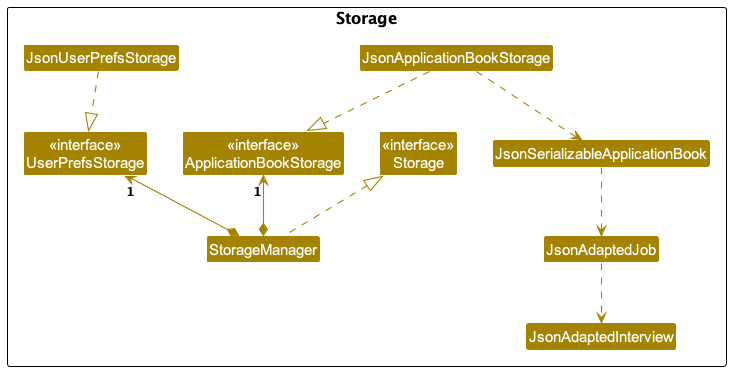
This is docs/images/developer-guide/StorageClassDiagram.png from nus-cs2103-AY2324S1/tp, a PlantUML export, as it was before one commit. Source of this version:
```plantuml
@startuml
!include style.puml
skinparam arrowThickness 1.1
skinparam arrowColor STORAGE_COLOR
skinparam classBackgroundColor STORAGE_COLOR

package Storage as StoragePackage {

Class "<<interface>>\nApplicationBookStorage" as ApplicationBookStorage
Class "<<interface>>\nStorage" as Storage
Class "<<interface>>\nUserPrefsStorage" as UserPrefsStorage
Class JsonAdaptedInterview
Class JsonAdaptedJob
Class JsonSerializableApplicationBook
Class JsonApplicationBookStorage
Class JsonUserPrefsStorage
Class StorageManager

StorageManager .up.|> Storage
StorageManager *-up-> "1" ApplicationBookStorage
StorageManager *-up-> "1" UserPrefsStorage

JsonUserPrefsStorage .down.|> UserPrefsStorage

JsonApplicationBookStorage ..|> ApplicationBookStorage
JsonApplicationBookStorage ..> JsonSerializableApplicationBook

JsonSerializableApplicationBook ..> JsonAdaptedJob
JsonAdaptedJob ..> JsonAdaptedInterview

}


@enduml
```
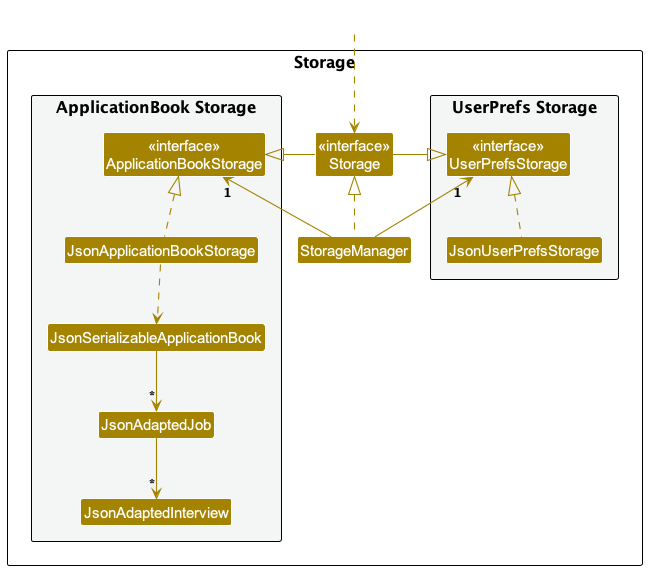
The same diagram one commit later.

What changed in the source:
```diff
@@ -6,29 +6,36 @@
 
 package Storage as StoragePackage {
 
-Class "<<interface>>\nApplicationBookStorage" as ApplicationBookStorage
+package "UserPrefs Storage" #F4F6F6 {
+    Class "<<interface>>\nUserPrefsStorage" as UserPrefsStorage
+    Class JsonUserPrefsStorage
+}
+
+package "ApplicationBook Storage" #F4F6F6 {
+    Class "<<interface>>\nApplicationBookStorage" as ApplicationBookStorage
+    Class JsonAdaptedInterview
+    Class JsonAdaptedJob
+    Class JsonSerializableApplicationBook
+    Class JsonApplicationBookStorage
+}
+
 Class "<<interface>>\nStorage" as Storage
-Class "<<interface>>\nUserPrefsStorage" as UserPrefsStorage
-Class JsonAdaptedInterview
-Class JsonAdaptedJob
-Class JsonSerializableApplicationBook
-Class JsonApplicationBookStorage
-Class JsonUserPrefsStorage
 Class StorageManager
-
-StorageManager .up.|> Storage
-StorageManager *-up-> "1" ApplicationBookStorage
-StorageManager *-up-> "1" UserPrefsStorage
-
-JsonUserPrefsStorage .down.|> UserPrefsStorage
-
-JsonApplicationBookStorage ..|> ApplicationBookStorage
-JsonApplicationBookStorage ..> JsonSerializableApplicationBook
-
-JsonSerializableApplicationBook ..> JsonAdaptedJob
-JsonAdaptedJob ..> JsonAdaptedInterview
 
 }
 
+Class HiddenOutside #FFFFFF
+HiddenOutside .down.> Storage
+Storage -left-|> ApplicationBookStorage
+Storage -right-|> UserPrefsStorage
+StorageManager -up-> "1" ApplicationBookStorage
+StorageManager -up-> "1" UserPrefsStorage
+StorageManager .up.|> Storage
+JsonApplicationBookStorage .up.|> ApplicationBookStorage
+JsonApplicationBookStorage .down.> JsonSerializableApplicationBook
+JsonSerializableApplicationBook -down-> "*" JsonAdaptedJob
+JsonAdaptedJob -down-> "*" JsonAdaptedInterview
+JsonUserPrefsStorage .up.|> UserPrefsStorage
+
 
 @enduml
```
